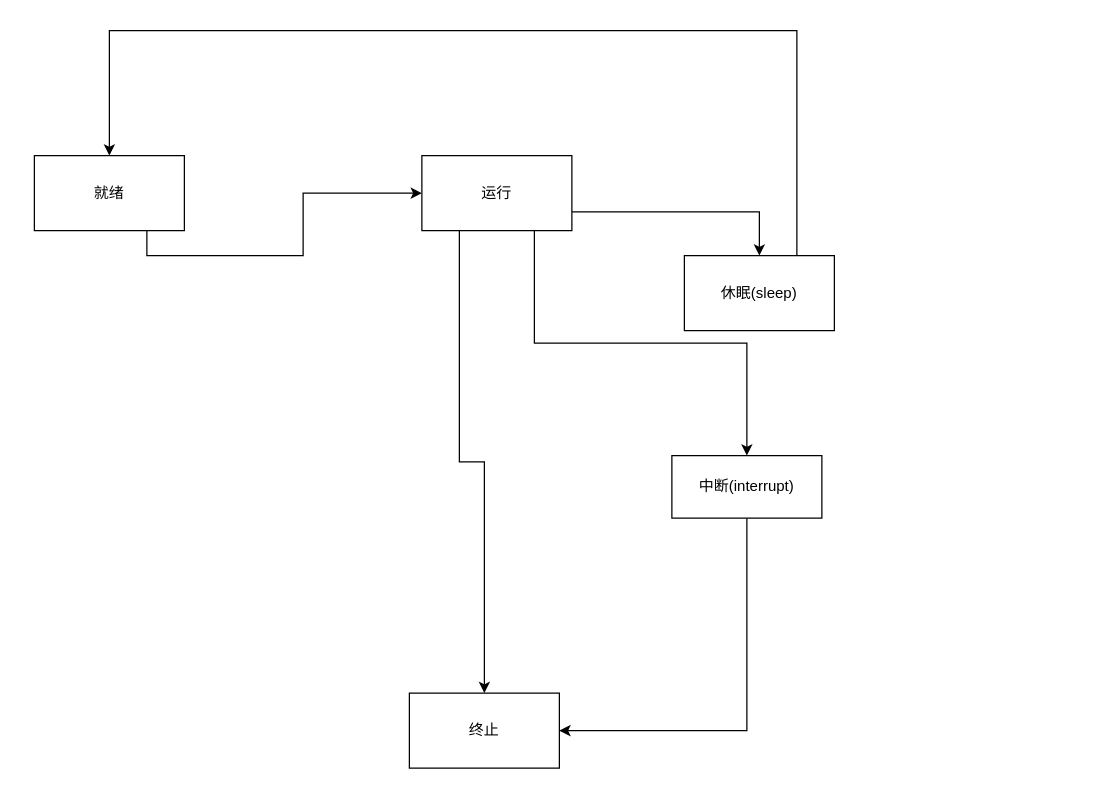
Above: thread-status.drawio in dearshor/spring-testdrive (draw.io), before the change. Source tidied: cells renumbered, new cells numbered last; positions are measured from the earlier drawing's top-left corner, leaving out a move shared by most shapes. Both pictures are drawn from the tidied source at 125%, with x=0, y=0 at pixel (34, 30).
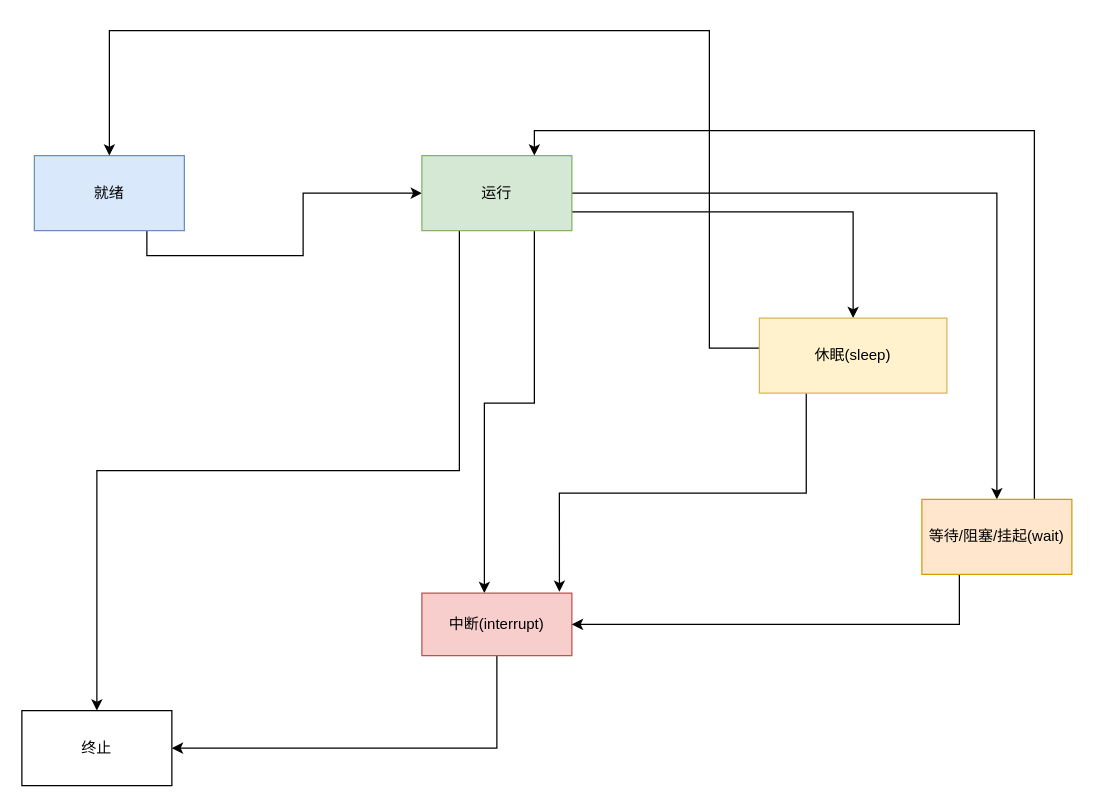
The same diagram, later.

What changed in the source:
```diff
@@
-    <mxCell id="3" value="就绪" style="rounded=0;whiteSpace=wrap;html=1;" parent="1" vertex="1">
+    <mxCell id="3" value="就绪" style="rounded=0;whiteSpace=wrap;html=1;fillColor=#dae8fc;strokeColor=#6c8ebf;" parent="1" vertex="1">
       <mxGeometry y="100" width="120" height="60" as="geometry" />
     </mxCell>
@@
     <mxCell id="6" style="edgeStyle=orthogonalEdgeStyle;rounded=0;jettySize=auto;html=1;exitX=0.75;exitY=1;exitDx=0;exitDy=0;" parent="1" edge="1" source="7" target="10">
-      <mxGeometry relative="1" as="geometry" />
+      <mxGeometry relative="1" as="geometry">
+        <Array as="points">
+          <mxPoint x="400" y="298" />
+          <mxPoint x="360" y="298" />
+        </Array>
+      </mxGeometry>
     </mxCell>
+    <mxCell id="13" style="edgeStyle=orthogonalEdgeStyle;rounded=0;jettySize=auto;html=1;exitX=1;exitY=0.5;exitDx=0;exitDy=0;" parent="1" edge="1" source="7" target="17">
+      <mxGeometry relative="1" as="geometry" />
+    </mxCell>
-    <mxCell id="7" value="运行" style="rounded=0;whiteSpace=wrap;html=1;" parent="1" vertex="1">
+    <mxCell id="7" value="运行" style="rounded=0;whiteSpace=wrap;html=1;fillColor=#d5e8d4;strokeColor=#82b366;" parent="1" vertex="1">
       <mxGeometry x="310" y="100" width="120" height="60" as="geometry" />
     </mxCell>
     <mxCell id="8" value="终止" style="rounded=0;whiteSpace=wrap;html=1;" parent="1" vertex="1">
-      <mxGeometry x="300" y="530" width="120" height="60" as="geometry" />
+      <mxGeometry x="-10" y="544" width="120" height="60" as="geometry" />
     </mxCell>
@@
-    <mxCell id="10" value="中断(interrupt)&lt;br&gt;" style="rounded=0;whiteSpace=wrap;html=1;" parent="1" vertex="1">
-      <mxGeometry x="510" y="340" width="120" height="50" as="geometry" />
+    <mxCell id="10" value="中断(interrupt)&lt;br&gt;" style="rounded=0;whiteSpace=wrap;html=1;fillColor=#f8cecc;strokeColor=#b85450;" parent="1" vertex="1">
+      <mxGeometry x="310" y="450" width="120" height="50" as="geometry" />
     </mxCell>
-    <mxCell id="11" style="edgeStyle=orthogonalEdgeStyle;rounded=0;jettySize=auto;html=1;exitX=0.75;exitY=0;exitDx=0;exitDy=0;" parent="1" edge="1" source="12" target="3">
+    <mxCell id="11" style="edgeStyle=orthogonalEdgeStyle;rounded=0;jettySize=auto;html=1;exitX=0.008;exitY=0.4;exitDx=0;exitDy=0;exitPerimeter=0;" parent="1" edge="1" source="12" target="3">
       <mxGeometry relative="1" as="geometry">
         <Array as="points">
-          <mxPoint x="610" />
+          <mxPoint x="540" y="254" />
+          <mxPoint x="540" />
           <mxPoint x="60" />
         </Array>
       </mxGeometry>
     </mxCell>
+    <mxCell id="14" style="edgeStyle=orthogonalEdgeStyle;rounded=0;jettySize=auto;html=1;exitX=0.25;exitY=1;exitDx=0;exitDy=0;entryX=0.917;entryY=-0.02;entryDx=0;entryDy=0;entryPerimeter=0;" parent="1" edge="1" source="12" target="10">
+      <mxGeometry relative="1" as="geometry" />
+    </mxCell>
-    <mxCell id="12" value="休眠(sleep)" style="rounded=0;whiteSpace=wrap;html=1;" parent="1" vertex="1">
-      <mxGeometry x="520" y="180" width="120" height="60" as="geometry" />
+    <mxCell id="12" value="休眠(sleep)" style="rounded=0;whiteSpace=wrap;html=1;fillColor=#fff2cc;strokeColor=#d6b656;" parent="1" vertex="1">
+      <mxGeometry x="580" y="230" width="150" height="60" as="geometry" />
     </mxCell>
+    <mxCell id="15" style="edgeStyle=orthogonalEdgeStyle;rounded=0;jettySize=auto;html=1;exitX=0.25;exitY=1;exitDx=0;exitDy=0;entryX=1;entryY=0.5;entryDx=0;entryDy=0;" parent="1" edge="1" source="17" target="10">
+      <mxGeometry relative="1" as="geometry" />
+    </mxCell>
+    <mxCell id="16" style="edgeStyle=orthogonalEdgeStyle;rounded=0;jettySize=auto;html=1;exitX=0.75;exitY=0;exitDx=0;exitDy=0;entryX=0.75;entryY=0;entryDx=0;entryDy=0;" parent="1" edge="1" source="17" target="7">
+      <mxGeometry relative="1" as="geometry" />
+    </mxCell>
+    <mxCell id="17" value="等待/阻塞/挂起(wait)" style="rounded=0;whiteSpace=wrap;html=1;fillColor=#ffe6cc;strokeColor=#d79b00;" parent="1" vertex="1">
+      <mxGeometry x="710" y="375" width="120" height="60" as="geometry" />
+    </mxCell>
```
